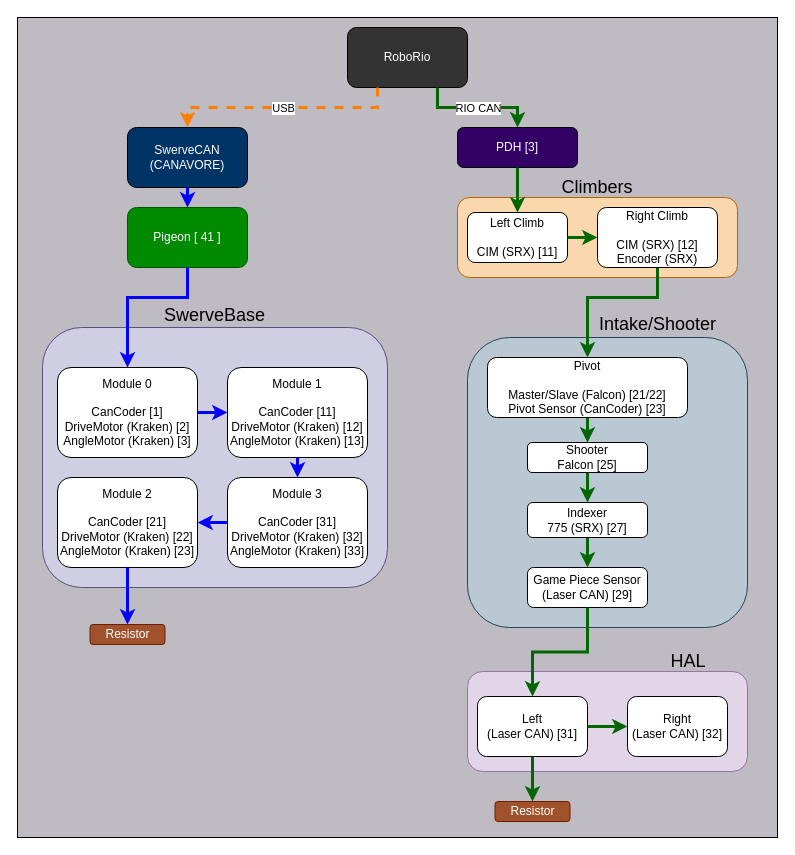
This is doc/graphics/CAN-devices.drawio from FRC5920/2024, a draw.io file, before an edit. Source tidied: cells renumbered, new cells numbered last; positions are measured from the earlier drawing's top-left corner, leaving out a move shared by most shapes. Both pictures are drawn from the tidied source at 100%, with x=0, y=0 at pixel (17, 17).
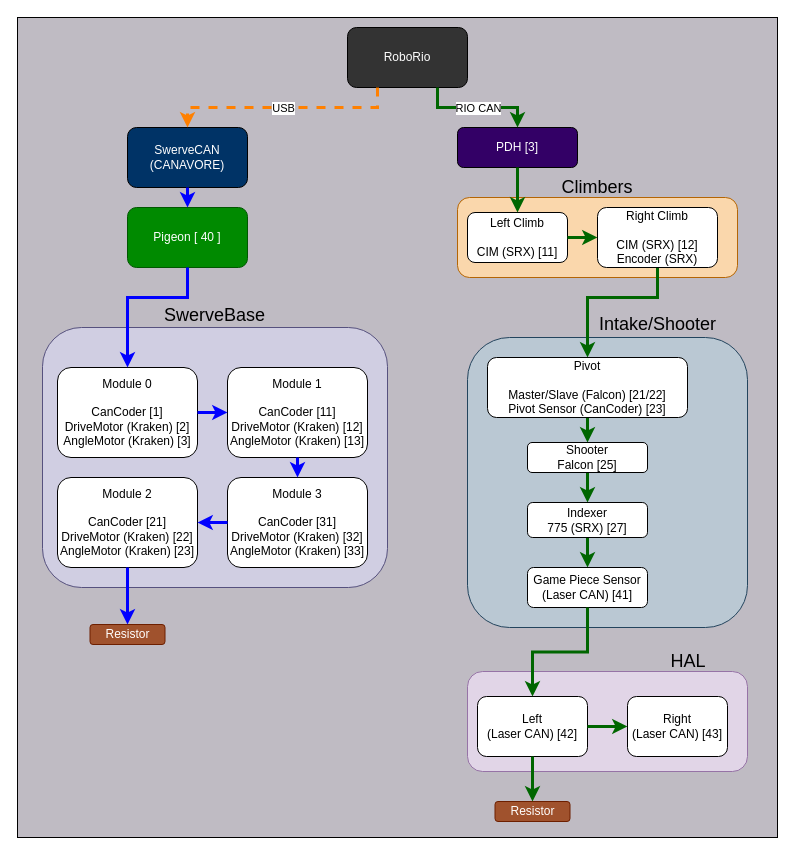
After the change.

The edit, as a diff of the source:
```diff
@@
-    <mxCell id="11" value="Pigeon [ 41 ]" style="rounded=1;whiteSpace=wrap;html=1;fillColor=#008a00;fontColor=#ffffff;strokeColor=#005700;" parent="3" vertex="1">
+    <mxCell id="11" value="Pigeon [ 40 ]" style="rounded=1;whiteSpace=wrap;html=1;fillColor=#008a00;fontColor=#ffffff;strokeColor=#005700;" parent="3" vertex="1">
       <mxGeometry x="110" y="190" width="120" height="60" as="geometry" />
     </mxCell>
@@
-    <mxCell id="35" value="Game Piece Sensor&lt;br&gt;(Laser CAN) [29]" style="rounded=1;whiteSpace=wrap;html=1;" parent="3" vertex="1">
+    <mxCell id="35" value="Game Piece Sensor&lt;br&gt;(Laser CAN) [41]" style="rounded=1;whiteSpace=wrap;html=1;" parent="3" vertex="1">
       <mxGeometry x="510" y="550" width="120" height="40" as="geometry" />
     </mxCell>
@@
-    <mxCell id="38" value="Left&lt;br&gt;(Laser CAN) [31]" style="rounded=1;whiteSpace=wrap;html=1;" parent="3" vertex="1">
+    <mxCell id="38" value="Left&lt;br&gt;(Laser CAN) [42]" style="rounded=1;whiteSpace=wrap;html=1;" parent="3" vertex="1">
       <mxGeometry x="460" y="679" width="110" height="60" as="geometry" />
     </mxCell>
-    <mxCell id="39" value="Right&lt;br&gt;(Laser CAN) [32]" style="rounded=1;whiteSpace=wrap;html=1;" parent="3" vertex="1">
+    <mxCell id="39" value="Right&lt;br&gt;(Laser CAN) [43]" style="rounded=1;whiteSpace=wrap;html=1;" parent="3" vertex="1">
       <mxGeometry x="610" y="679" width="100" height="60" as="geometry" />
     </mxCell>
```
